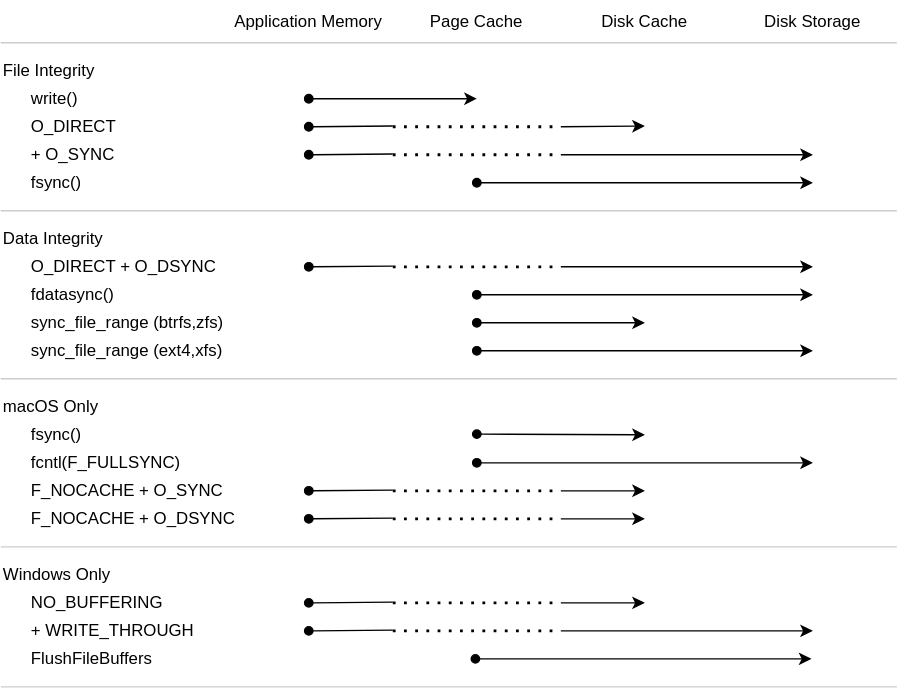
transactionalblog/blog keeps this draw.io diagram as source/images/how-to-learn/disk-io/mental-model.svg. Above is the earlier version. Source tidied: cells renumbered, new cells last; positions are measured from the earlier drawing's top-left corner, leaving out a move shared by most shapes.
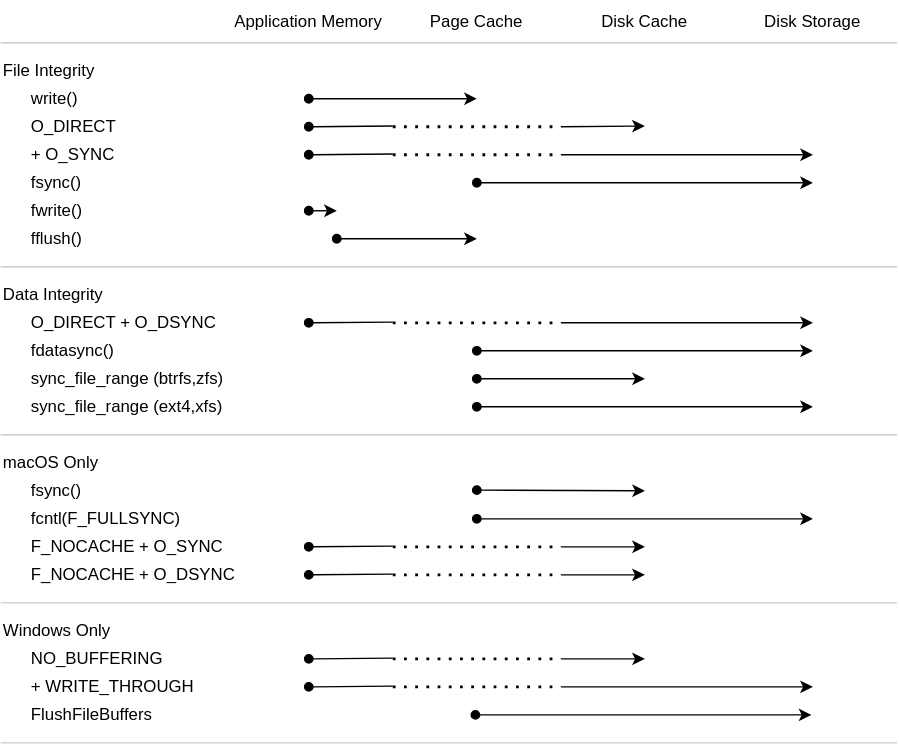
The same file after the commit.

Commit message:
Add fwrite() and fflush() to disk io model

The edit, as a diff of the source:
```diff
@@ -3,85 +3,85 @@
     <mxCell id="0" />
     <mxCell id="1" parent="0" />
     <mxCell id="2" value="Application Memory" style="text;html=1;align=center;verticalAlign=middle;whiteSpace=wrap;rounded=0;" parent="1" vertex="1">
-      <mxGeometry x="160" width="120" height="30" as="geometry" />
+      <mxGeometry x="160" y="-40" width="120" height="30" as="geometry" />
     </mxCell>
     <mxCell id="3" value="Page Cache" style="text;html=1;align=center;verticalAlign=middle;whiteSpace=wrap;rounded=0;" parent="1" vertex="1">
-      <mxGeometry x="280" width="120" height="30" as="geometry" />
+      <mxGeometry x="280" y="-40" width="120" height="30" as="geometry" />
     </mxCell>
     <mxCell id="4" value="Disk Cache" style="text;html=1;align=center;verticalAlign=middle;whiteSpace=wrap;rounded=0;" parent="1" vertex="1">
-      <mxGeometry x="400" width="120" height="30" as="geometry" />
+      <mxGeometry x="400" y="-40" width="120" height="30" as="geometry" />
     </mxCell>
     <mxCell id="5" value="Disk Storage" style="text;html=1;align=center;verticalAlign=middle;whiteSpace=wrap;rounded=0;" parent="1" vertex="1">
-      <mxGeometry x="520" width="120" height="30" as="geometry" />
+      <mxGeometry x="520" y="-40" width="120" height="30" as="geometry" />
     </mxCell>
     <mxCell id="6" value="write()" style="text;html=1;align=left;verticalAlign=middle;whiteSpace=wrap;rounded=0;" parent="1" vertex="1">
-      <mxGeometry x="20" y="60" width="100" height="20" as="geometry" />
+      <mxGeometry x="20" y="20" width="100" height="20" as="geometry" />
     </mxCell>
     <mxCell id="7" value="O_DIRECT" style="text;html=1;align=left;verticalAlign=middle;whiteSpace=wrap;rounded=0;" parent="1" vertex="1">
-      <mxGeometry x="20" y="80" width="100" height="20" as="geometry" />
+      <mxGeometry x="20" y="40" width="100" height="20" as="geometry" />
     </mxCell>
     <mxCell id="8" value="+ O_SYNC" style="text;html=1;align=left;verticalAlign=middle;whiteSpace=wrap;rounded=0;" parent="1" vertex="1">
-      <mxGeometry x="20" y="100" width="100" height="20" as="geometry" />
+      <mxGeometry x="20" y="60" width="100" height="20" as="geometry" />
     </mxCell>
     <mxCell id="9" value="O_DIRECT + O_DSYNC" style="text;html=1;align=left;verticalAlign=middle;whiteSpace=wrap;rounded=0;" parent="1" vertex="1">
       <mxGeometry x="20" y="180" width="140" height="20" as="geometry" />
     </mxCell>
     <mxCell id="10" value="fsync()" style="text;html=1;align=left;verticalAlign=middle;whiteSpace=wrap;rounded=0;" parent="1" vertex="1">
-      <mxGeometry x="20" y="120" width="100" height="20" as="geometry" />
+      <mxGeometry x="20" y="80" width="100" height="20" as="geometry" />
     </mxCell>
     <mxCell id="11" style="endArrow=oval;html=1;rounded=0;startArrow=classic;startFill=1;endFill=1;" parent="1" edge="1">
       <mxGeometry relative="1" as="geometry">
-        <mxPoint x="340" y="70" as="sourcePoint" />
-        <mxPoint x="220" y="70" as="targetPoint" />
+        <mxPoint x="340" y="30" as="sourcePoint" />
+        <mxPoint x="220" y="30" as="targetPoint" />
       </mxGeometry>
     </mxCell>
     <mxCell id="12" style="endArrow=oval;html=1;rounded=0;startArrow=none;startFill=0;endFill=1;" parent="1" edge="1">
       <mxGeometry relative="1" as="geometry">
-        <mxPoint x="280" y="89.5" as="sourcePoint" />
-        <mxPoint x="220" y="90" as="targetPoint" />
+        <mxPoint x="280" y="49.5" as="sourcePoint" />
+        <mxPoint x="220" y="50" as="targetPoint" />
       </mxGeometry>
     </mxCell>
     <mxCell id="13" style="endArrow=none;dashed=1;html=1;dashPattern=1 3;strokeWidth=2;rounded=0;" parent="1" edge="1">
       <mxGeometry relative="1" as="geometry">
-        <mxPoint x="280" y="90" as="sourcePoint" />
-        <mxPoint x="400" y="90" as="targetPoint" />
+        <mxPoint x="280" y="50" as="sourcePoint" />
+        <mxPoint x="400" y="50" as="targetPoint" />
       </mxGeometry>
     </mxCell>
     <mxCell id="14" style="endArrow=none;html=1;rounded=0;startArrow=classic;startFill=1;endFill=0;" parent="1" edge="1">
       <mxGeometry relative="1" as="geometry">
-        <mxPoint x="460" y="89.5" as="sourcePoint" />
-        <mxPoint x="400" y="90" as="targetPoint" />
+        <mxPoint x="460" y="49.5" as="sourcePoint" />
+        <mxPoint x="400" y="50" as="targetPoint" />
       </mxGeometry>
     </mxCell>
     <mxCell id="15" style="endArrow=oval;html=1;rounded=0;startArrow=none;startFill=0;endFill=1;" parent="1" edge="1">
       <mxGeometry relative="1" as="geometry">
-        <mxPoint x="280" y="109.5" as="sourcePoint" />
-        <mxPoint x="220" y="110" as="targetPoint" />
+        <mxPoint x="280" y="69.5" as="sourcePoint" />
+        <mxPoint x="220" y="70" as="targetPoint" />
       </mxGeometry>
     </mxCell>
     <mxCell id="16" style="endArrow=none;dashed=1;html=1;dashPattern=1 3;strokeWidth=2;rounded=0;" parent="1" edge="1">
       <mxGeometry relative="1" as="geometry">
-        <mxPoint x="280" y="110" as="sourcePoint" />
-        <mxPoint x="400" y="110" as="targetPoint" />
+        <mxPoint x="280" y="70" as="sourcePoint" />
+        <mxPoint x="400" y="70" as="targetPoint" />
       </mxGeometry>
     </mxCell>
     <mxCell id="17" style="endArrow=none;html=1;rounded=0;startArrow=classic;startFill=1;endFill=0;" parent="1" edge="1">
       <mxGeometry relative="1" as="geometry">
-        <mxPoint x="580" y="110" as="sourcePoint" />
-        <mxPoint x="400" y="110" as="targetPoint" />
+        <mxPoint x="580" y="70" as="sourcePoint" />
+        <mxPoint x="400" y="70" as="targetPoint" />
       </mxGeometry>
     </mxCell>
     <mxCell id="18" style="endArrow=oval;html=1;rounded=0;startArrow=classic;startFill=1;endFill=1;" parent="1" edge="1">
       <mxGeometry relative="1" as="geometry">
-        <mxPoint x="580" y="130" as="sourcePoint" />
-        <mxPoint x="340" y="130" as="targetPoint" />
+        <mxPoint x="580" y="90" as="sourcePoint" />
+        <mxPoint x="340" y="90" as="targetPoint" />
       </mxGeometry>
     </mxCell>
     <mxCell id="19" value="Data Integrity" style="text;html=1;align=left;verticalAlign=middle;whiteSpace=wrap;rounded=0;" parent="1" vertex="1">
       <mxGeometry y="160" width="120" height="20" as="geometry" />
     </mxCell>
     <mxCell id="20" value="File Integrity" style="text;html=1;align=left;verticalAlign=middle;whiteSpace=wrap;rounded=0;" parent="1" vertex="1">
-      <mxGeometry y="40" width="120" height="20" as="geometry" />
+      <mxGeometry width="120" height="20" as="geometry" />
     </mxCell>
     <mxCell id="21" value="fdatasync()" style="text;html=1;align=left;verticalAlign=middle;whiteSpace=wrap;rounded=0;" parent="1" vertex="1">
       <mxGeometry x="20" y="200" width="100" height="20" as="geometry" />
@@ -205,8 +205,8 @@
     </mxCell>
     <mxCell id="46" style="endArrow=none;html=1;rounded=0;entryX=0;entryY=0;entryDx=0;entryDy=0;strokeColor=#CCCCCC;" parent="1" edge="1">
       <mxGeometry relative="1" as="geometry">
-        <mxPoint x="640" y="30" as="sourcePoint" />
-        <mxPoint y="30" as="targetPoint" />
+        <mxPoint x="640" y="-10" as="sourcePoint" />
+        <mxPoint y="-10" as="targetPoint" />
       </mxGeometry>
     </mxCell>
     <mxCell id="47" style="endArrow=none;html=1;rounded=0;entryX=0;entryY=0;entryDx=0;entryDy=0;strokeColor=#CCCCCC;" parent="1" edge="1">
@@ -275,5 +275,23 @@
         <mxPoint x="400" y="450" as="targetPoint" />
       </mxGeometry>
     </mxCell>
+    <mxCell id="59" value="fflush()" style="text;html=1;align=left;verticalAlign=middle;whiteSpace=wrap;rounded=0;" parent="1" vertex="1">
+      <mxGeometry x="20" y="120" width="100" height="20" as="geometry" />
+    </mxCell>
+    <mxCell id="60" style="endArrow=oval;html=1;rounded=0;startArrow=classic;startFill=1;endFill=1;" parent="1" edge="1">
+      <mxGeometry relative="1" as="geometry">
+        <mxPoint x="340" y="130" as="sourcePoint" />
+        <mxPoint x="240" y="130" as="targetPoint" />
+      </mxGeometry>
+    </mxCell>
+    <mxCell id="61" value="fwrite()" style="text;html=1;align=left;verticalAlign=middle;whiteSpace=wrap;rounded=0;" parent="1" vertex="1">
+      <mxGeometry x="20" y="100" width="100" height="20" as="geometry" />
+    </mxCell>
+    <mxCell id="62" style="endArrow=oval;html=1;rounded=0;startArrow=classic;startFill=1;endFill=1;" parent="1" edge="1">
+      <mxGeometry relative="1" as="geometry">
+        <mxPoint x="240" y="110" as="sourcePoint" />
+        <mxPoint x="220" y="110" as="targetPoint" />
+      </mxGeometry>
+    </mxCell>
   </root>
 </mxGraphModel>
```
